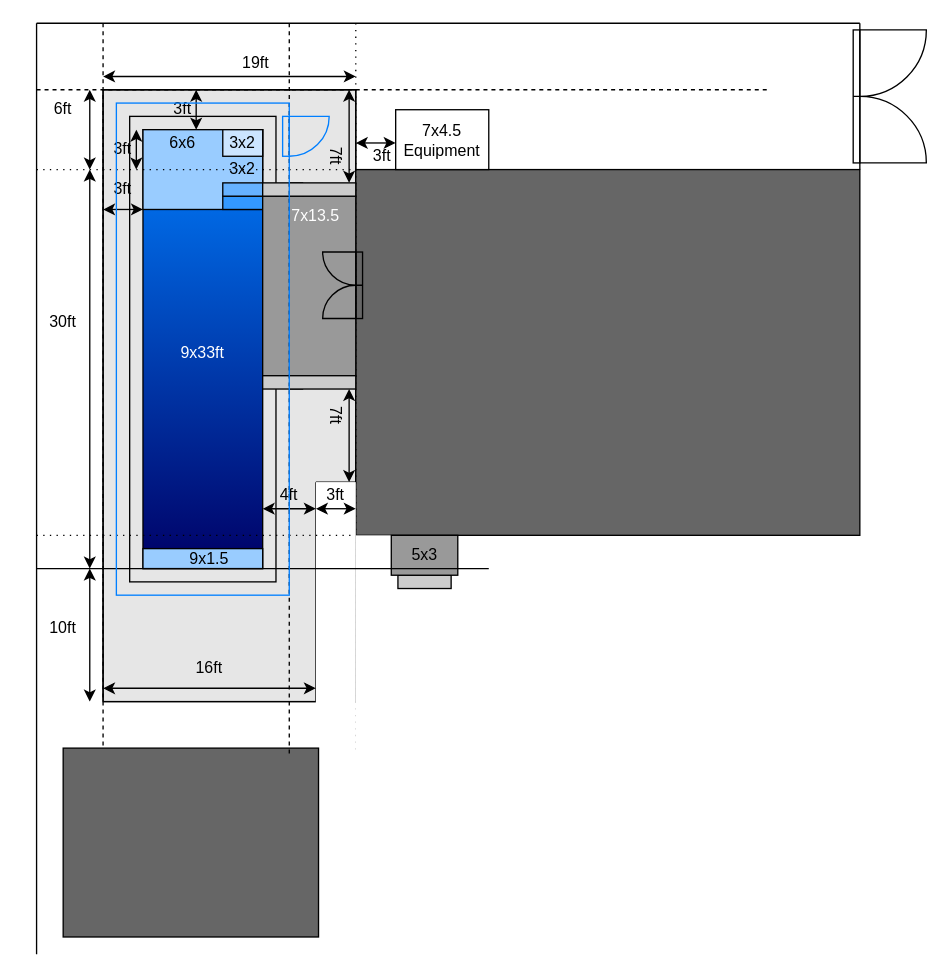
The draw.io diagram PoolPlan.drawio in hikumealan/draw-io-diagrams, before the edit. Source tidied: cells renumbered, new cells numbered last; positions are measured from the earlier drawing's top-left corner, leaving out a move shared by most shapes. Both pictures are drawn from the tidied source at 133%, with x=0, y=0 at pixel (23, 23).
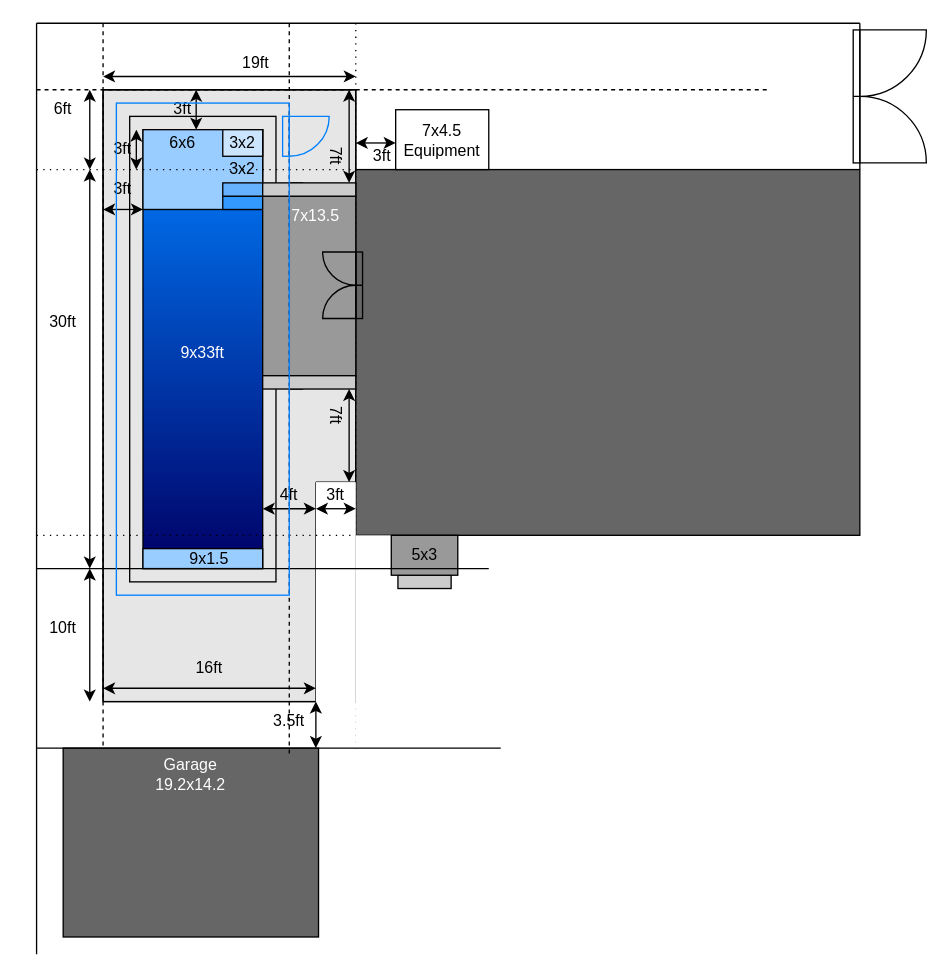
Above is the later version.

The edit, as a diff of the source:
```diff
@@
+    <mxCell id="74" style="endArrow=none;html=1;rounded=0;fontColor=#FFFFFF;" parent="1" edge="1">
+      <mxGeometry relative="1" as="geometry">
+        <mxPoint x="10" y="545" as="sourcePoint" />
+        <mxPoint x="359" y="545" as="targetPoint" />
+      </mxGeometry>
+    </mxCell>
+    <mxCell id="75" style="endArrow=classic;startArrow=classic;html=1;rounded=0;strokeColor=#000000;strokeWidth=1;" parent="1" edge="1">
+      <mxGeometry relative="1" as="geometry">
+        <mxPoint x="220" y="510" as="sourcePoint" />
+        <mxPoint x="220" y="545" as="targetPoint" />
+      </mxGeometry>
+    </mxCell>
+    <mxCell id="76" value="3.5ft" style="text;html=1;strokeColor=none;fillColor=none;align=center;verticalAlign=middle;whiteSpace=wrap;rounded=0;" parent="1" vertex="1">
+      <mxGeometry x="170" y="510" width="60" height="30" as="geometry" />
+    </mxCell>
+    <mxCell id="77" value="&lt;font color=&quot;#ffffff&quot;&gt;Garage&lt;br&gt;19.2x14.2&lt;/font&gt;" style="text;html=1;strokeColor=none;fillColor=none;align=center;verticalAlign=middle;whiteSpace=wrap;rounded=0;rotation=0;" parent="1" vertex="1">
+      <mxGeometry x="96" y="550" width="60" height="30" as="geometry" />
+    </mxCell>
```
